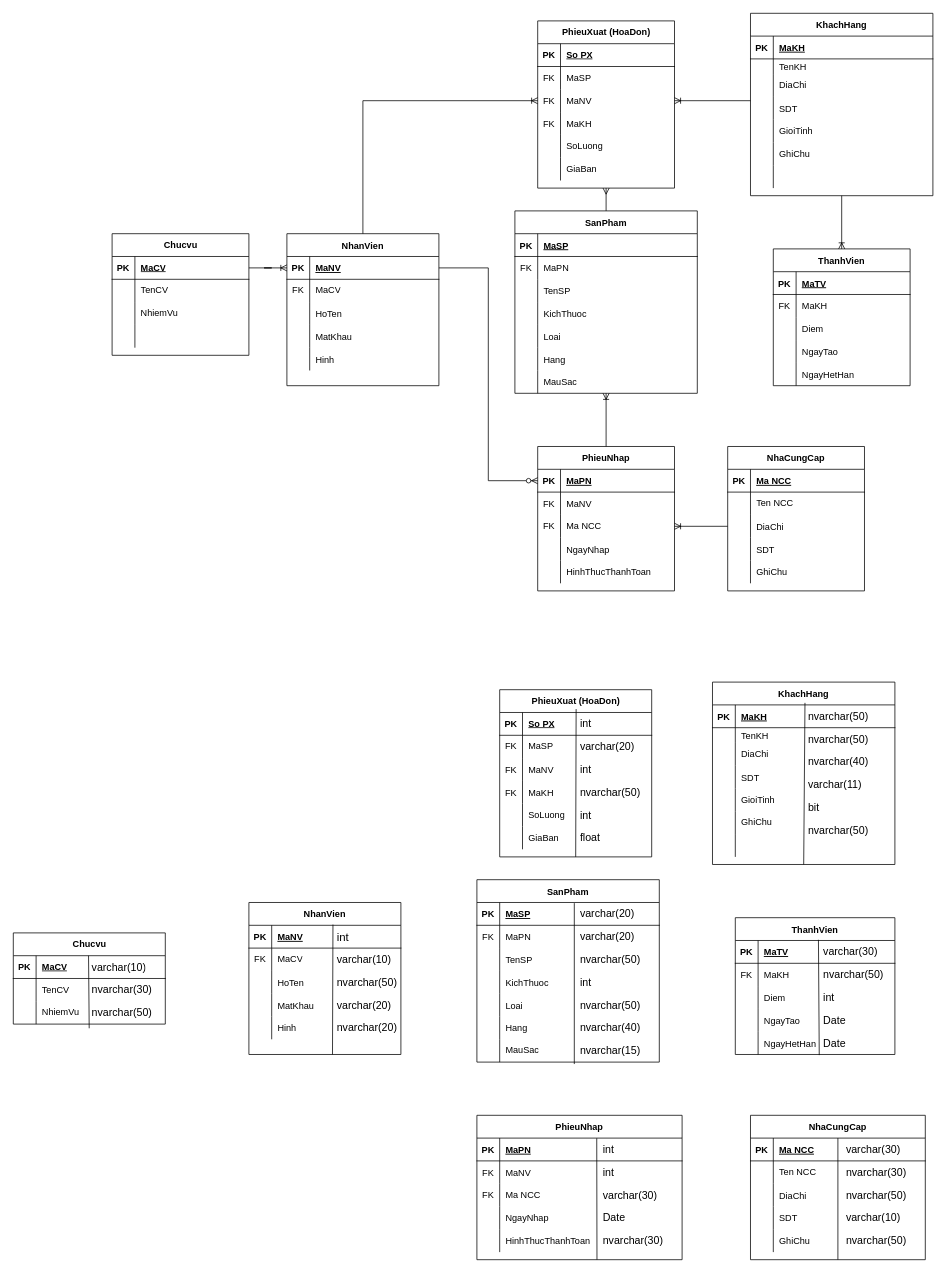
This is ERD.drawio from Westeros091/Snethlios, a draw.io file, before an edit. Source tidied: cells renumbered, new cells numbered last; positions are measured from the earlier drawing's top-left corner, leaving out a move shared by most shapes. Both pictures are drawn from the tidied source at 76%, with x=0, y=0 at pixel (13, 13).
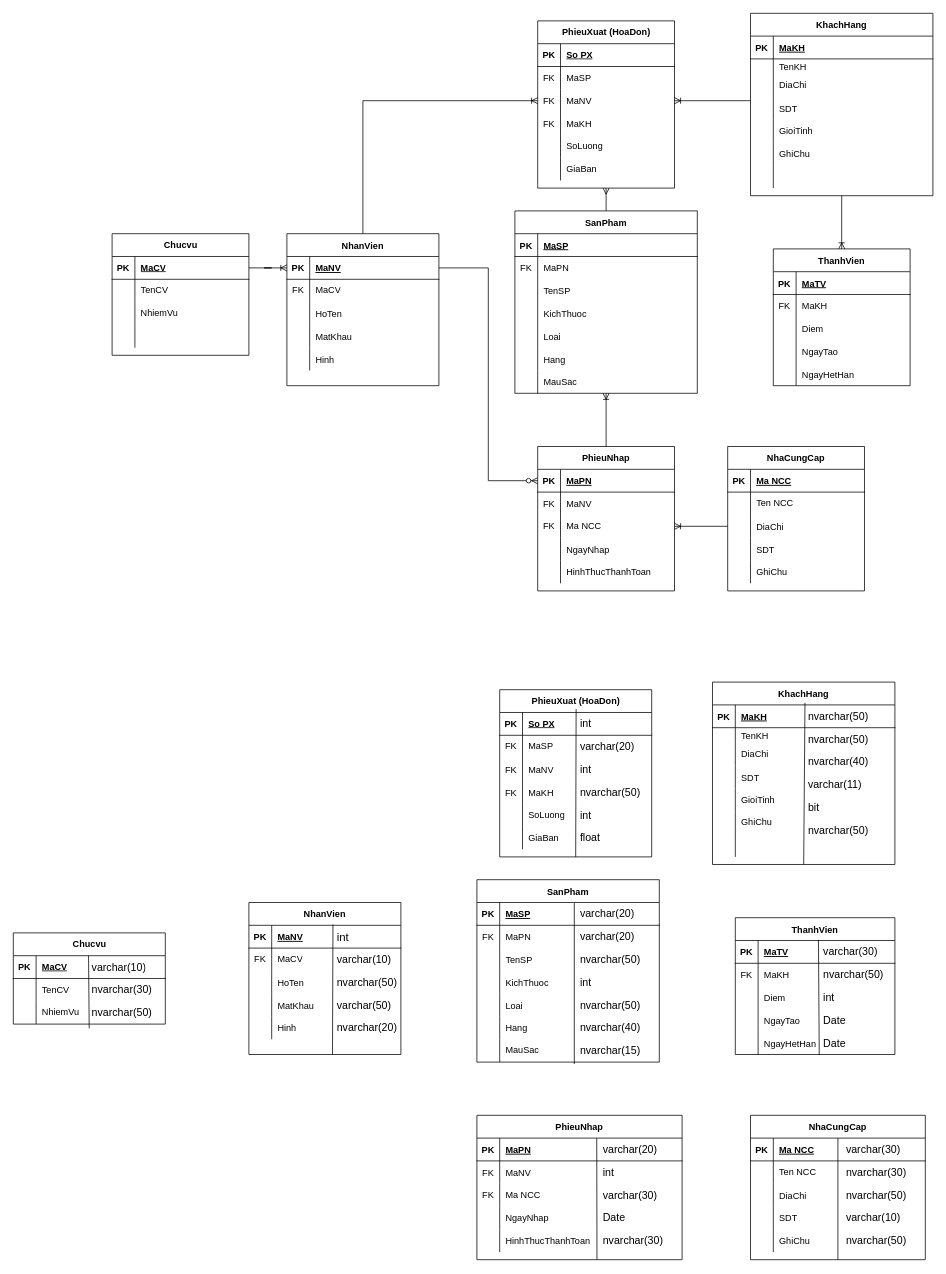
Above is the later version.

The edit, as a diff of the source:
```diff
@@
-    <mxCell id="300" value="varchar(20)" style="text;strokeColor=none;fillColor=none;spacingLeft=4;spacingRight=4;overflow=hidden;fontSize=14;" parent="1" vertex="1">
+    <mxCell id="300" value="varchar(50)" style="text;strokeColor=none;fillColor=none;spacingLeft=4;spacingRight=4;overflow=hidden;fontSize=14;" parent="1" vertex="1">
       <mxGeometry x="420" y="1290" width="90" height="30" as="geometry" />
     </mxCell>
@@
-    <mxCell id="328" value="int" style="text;strokeColor=none;fillColor=none;spacingLeft=4;spacingRight=4;overflow=hidden;fontSize=14;" parent="1" vertex="1">
+    <mxCell id="328" value="varchar(20)" style="text;strokeColor=none;fillColor=none;spacingLeft=4;spacingRight=4;overflow=hidden;fontSize=14;" parent="1" vertex="1">
       <mxGeometry x="770" y="1480" width="110" height="30" as="geometry" />
     </mxCell>
```
